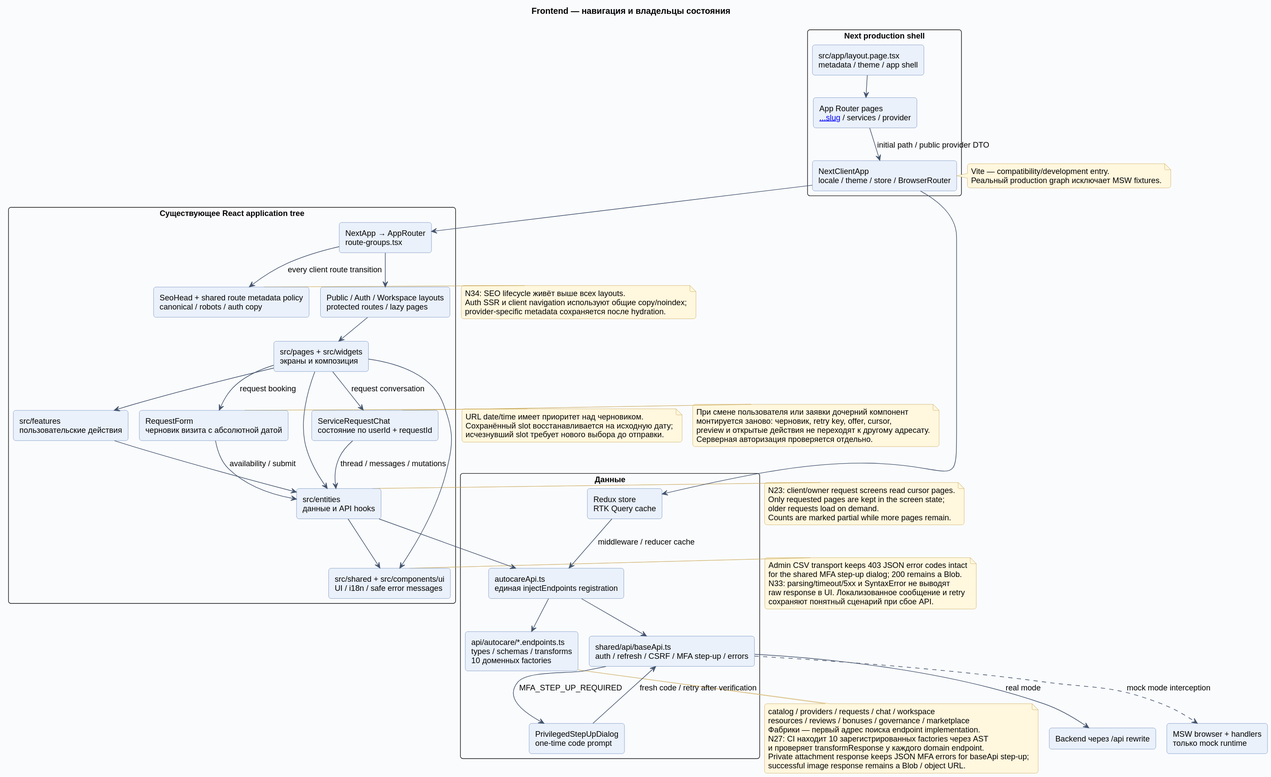
This is docs/diagrams/rendered/03-frontend.svg from Dima163163/auto-care-hub, a PlantUML export, as it was before one commit. The source it was exported from:
```plantuml
@startuml
!include _style.puml
title Frontend — навигация и владельцы состояния
top to bottom direction
package "Next production shell" {
  component "src/app/layout.page.tsx\nmetadata / theme / app shell" as Layout
  component "App Router pages\n[[...slug]] / services / provider" as Pages
  component "NextClientApp\nlocale / theme / store / BrowserRouter" as Client
}
package "Существующее React application tree" {
  component "NextApp → AppRouter\nroute-groups.tsx" as Router
  component "SeoHead + shared route metadata policy\ncanonical / robots / auth copy" as Seo
  component "Public / Auth / Workspace layouts\nprotected routes / lazy pages" as Routes
  component "src/pages + src/widgets\nэкраны и композиция" as Screens
  component "src/features\nпользовательские действия" as Features
  component "src/entities\nданные и API hooks" as Entities
  component "ServiceRequestChat\nсостояние по userId + requestId" as RequestChat
  component "RequestForm\nчерновик визита с абсолютной датой" as BookingForm
  component "src/shared + src/components/ui\nUI / i18n / safe error messages" as Shared
}
package "Данные" {
  component "Redux store\nRTK Query cache" as Store
  component "autocareApi.ts\nединая injectEndpoints registration" as AutoAPI
  component "api/autocare/*.endpoints.ts\ntypes / schemas / transforms\n10 доменных factories" as Factories
  component "shared/api/baseApi.ts\nauth / refresh / CSRF / MFA step-up / errors" as Transport
  component "PrivilegedStepUpDialog\none-time code prompt" as StepUpDialog
}
component "Backend через /api rewrite" as Backend
component "MSW browser + handlers\nтолько mock runtime" as Mock
Layout --> Pages
Pages --> Client : initial path / public provider DTO
Client --> Router
Router --> Seo : every client route transition
Router --> Routes
Routes --> Screens
Screens --> Features
Screens --> Entities
Screens --> RequestChat : request conversation
RequestChat --> Entities : thread / messages / mutations
Screens --> BookingForm : request booking
BookingForm --> Entities : availability / submit
Features --> Entities
Entities --> Shared
Screens --> Shared
Client --> Store
Entities --> AutoAPI
AutoAPI --> Factories
AutoAPI --> Transport
Transport --> Backend : real mode
Transport --> StepUpDialog : MFA_STEP_UP_REQUIRED
StepUpDialog --> Transport : fresh code / retry after verification
Transport ..> Mock : mock mode interception
Store --> AutoAPI : middleware / reducer cache
note bottom of Factories
  catalog / providers / requests / chat / workspace
  resources / reviews / bonuses / governance / marketplace
  Фабрики — первый адрес поиска endpoint implementation.
  N27: CI находит 10 зарегистрированных factories через AST
  и проверяет transformResponse у каждого domain endpoint.
  Private attachment response keeps JSON MFA errors for baseApi step-up;
  successful image response remains a Blob / object URL.
end note
note right of Entities
  N23: client/owner request screens read cursor pages.
  Only requested pages are kept in the screen state;
  older requests load on demand.
  Counts are marked partial while more pages remain.
end note
note right of Client
  Vite — compatibility/development entry.
  Реальный production graph исключает MSW fixtures.
end note
note right of Seo
  N34: SEO lifecycle живёт выше всех layouts.
  Auth SSR и client navigation используют общие copy/noindex;
  provider-specific metadata сохраняется после hydration.
end note
note right of Shared
  Admin CSV transport keeps 403 JSON error codes intact
  for the shared MFA step-up dialog; 200 remains a Blob.
  N33: parsing/timeout/5xx и SyntaxError не выводят
  raw response в UI. Локализованное сообщение и retry
  сохраняют понятный сценарий при сбое API.
end note
note right of RequestChat
  При смене пользователя или заявки дочерний компонент
  монтируется заново: черновик, retry key, offer, cursor,
  preview и открытые действия не переходят к другому адресату.
  Серверная авторизация проверяется отдельно.
end note
note right of BookingForm
  URL date/time имеет приоритет над черновиком.
  Сохранённый slot восстанавливается на исходную дату;
  исчезнувший slot требует нового выбора до отправки.
end note
@enduml
```
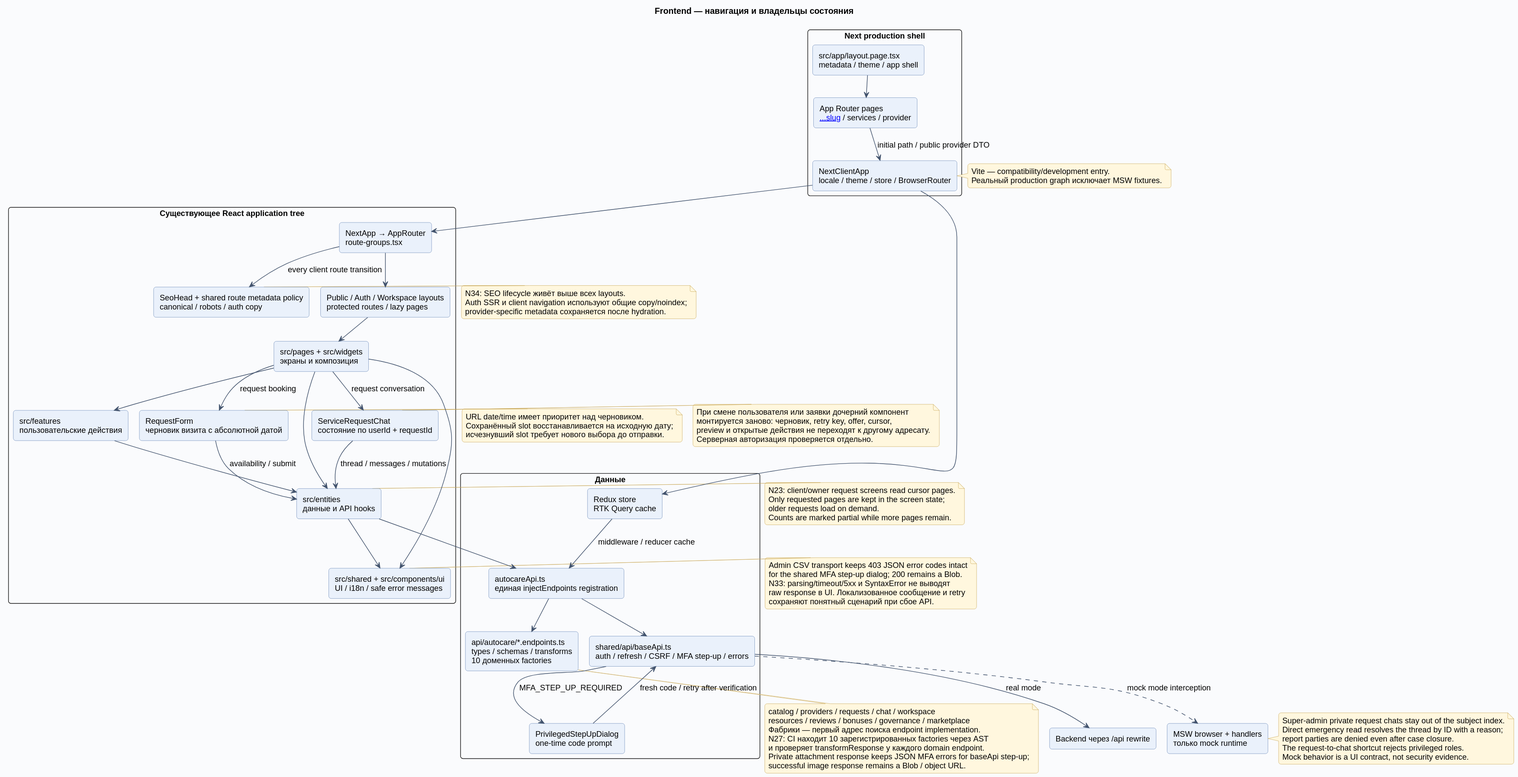
Later version of the same file.

Commit message:
fix: align mock emergency chat review with API (U03)

The edit, as a diff of the source:
```diff
@@ -51,6 +51,13 @@
 StepUpDialog --> Transport : fresh code / retry after verification
 Transport ..> Mock : mock mode interception
 Store --> AutoAPI : middleware / reducer cache
+note right of Mock
+  Super-admin private request chats stay out of the subject index.
+  Direct emergency read resolves the thread by ID with a reason;
+  report parties are denied even after case closure.
+  The request-to-chat shortcut rejects privileged roles.
+  Mock behavior is a UI contract, not security evidence.
+end note
 note bottom of Factories
   catalog / providers / requests / chat / workspace
   resources / reviews / bonuses / governance / marketplace
```
